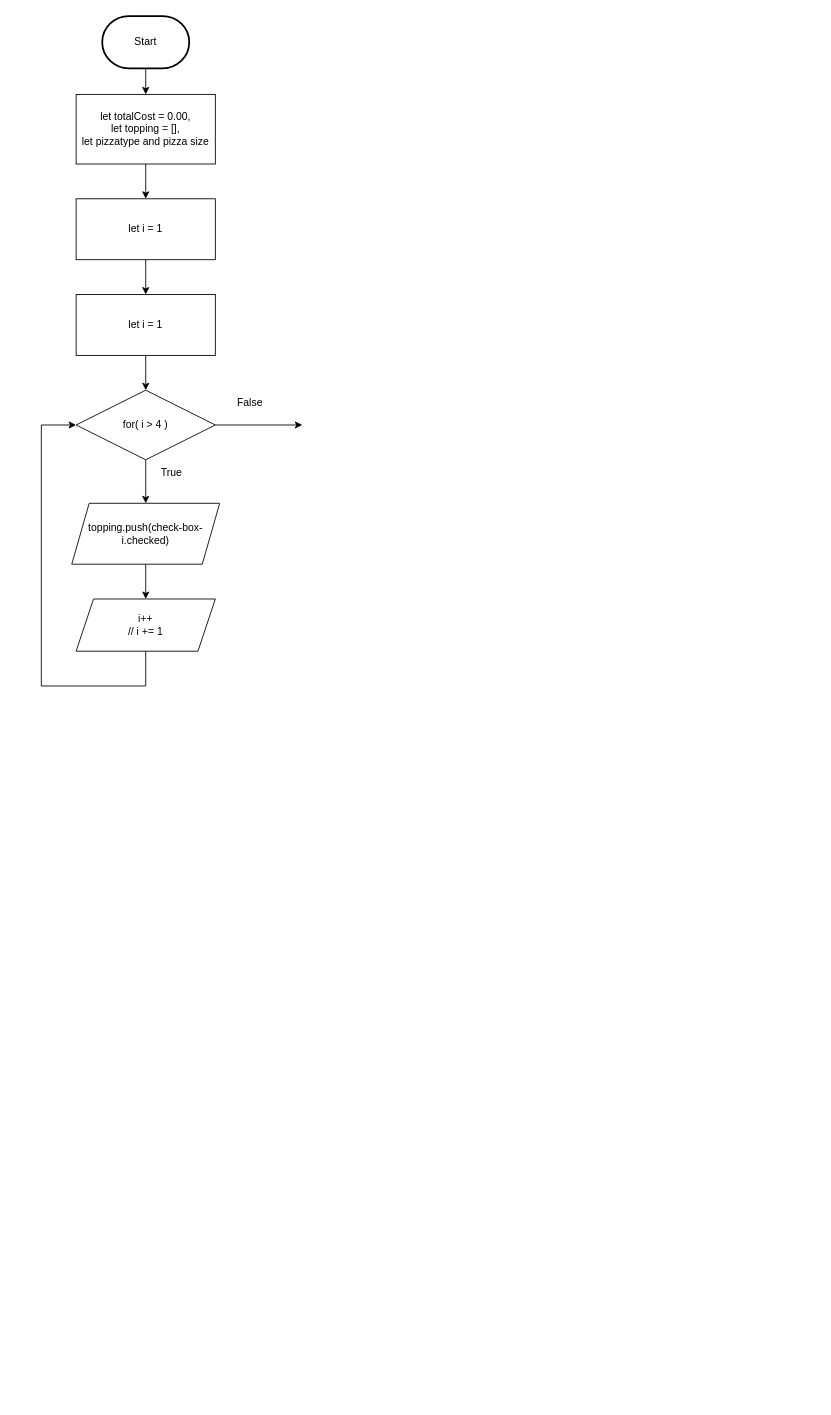
The draw.io diagram design/flowchart.drawio in MTHS-ICD2O-1-2023/ICD2O-Assignment-04-yoochan-han, before the edit. Source tidied: cells renumbered, new cells numbered last; positions are measured from the earlier drawing's top-left corner, leaving out a move shared by most shapes. Both pictures are drawn from the tidied source at 87%, with x=0, y=0 at pixel (41, 16).
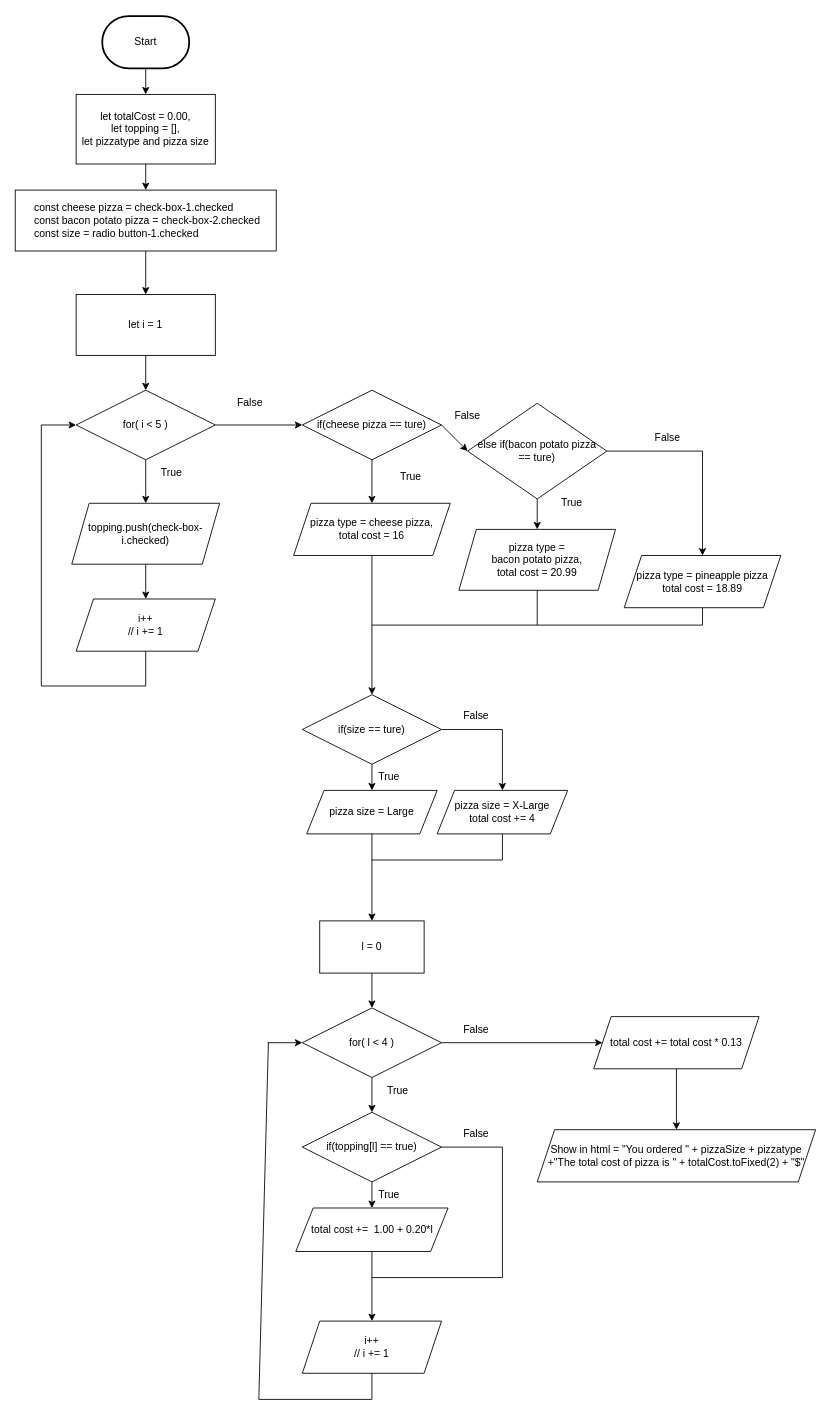
Above is the later version.

Diff of the diagram source:
```diff
@@
-    <mxCell id="7" value="for( i &amp;gt; 4 )" style="rhombus;whiteSpace=wrap;html=1;" parent="1" vertex="1">
+    <mxCell id="7" value="for( i &amp;lt; 5 )" style="rhombus;whiteSpace=wrap;html=1;" parent="1" vertex="1">
       <mxGeometry x="40" y="430" width="160" height="80" as="geometry" />
     </mxCell>
@@
-    <mxCell id="21" value="let i = 1" style="rounded=0;whiteSpace=wrap;html=1;" parent="1" vertex="1">
-      <mxGeometry x="40" y="210" width="160" height="70" as="geometry" />
+    <mxCell id="21" value="&amp;nbsp; &amp;nbsp; &amp;nbsp; const cheese pizza = check-box-1.checked&lt;br&gt;&amp;nbsp; &amp;nbsp; &amp;nbsp; const bacon potato pizza = check-box-2.checked&lt;br&gt;&amp;nbsp; &amp;nbsp; &amp;nbsp; const size = radio button-1.checked" style="rounded=0;whiteSpace=wrap;html=1;align=left;" parent="1" vertex="1">
+      <mxGeometry x="-30" y="200" width="300" height="70" as="geometry" />
     </mxCell>
+    <mxCell id="22" style="edgeStyle=none;html=1;entryX=0.5;entryY=0;entryDx=0;entryDy=0;" parent="1" edge="1" source="24" target="26">
+      <mxGeometry relative="1" as="geometry" />
+    </mxCell>
+    <mxCell id="23" style="edgeStyle=none;html=1;exitX=1;exitY=0.5;exitDx=0;exitDy=0;entryX=0;entryY=0.5;entryDx=0;entryDy=0;" parent="1" edge="1" source="24" target="28">
+      <mxGeometry relative="1" as="geometry" />
+    </mxCell>
+    <mxCell id="24" value="if(cheese pizza == ture)" style="rhombus;whiteSpace=wrap;html=1;" parent="1" vertex="1">
+      <mxGeometry x="300" y="430" width="160" height="80" as="geometry" />
+    </mxCell>
+    <mxCell id="25" style="edgeStyle=none;html=1;" parent="1" edge="1" source="26">
+      <mxGeometry relative="1" as="geometry">
+        <mxPoint x="380" y="780" as="targetPoint" />
+      </mxGeometry>
+    </mxCell>
+    <mxCell id="26" value="pizza type = cheese pizza,&lt;br&gt;total cost = 16" style="shape=parallelogram;perimeter=parallelogramPerimeter;whiteSpace=wrap;html=1;fixedSize=1;" parent="1" vertex="1">
+      <mxGeometry x="290" y="560" width="180" height="60" as="geometry" />
+    </mxCell>
+    <mxCell id="27" style="edgeStyle=none;html=1;" parent="1" edge="1" source="28" target="29">
+      <mxGeometry relative="1" as="geometry" />
+    </mxCell>
+    <mxCell id="28" value="else if(bacon potato pizza&lt;br&gt;== ture)" style="rhombus;whiteSpace=wrap;html=1;" parent="1" vertex="1">
+      <mxGeometry x="490" y="445" width="160" height="110" as="geometry" />
+    </mxCell>
+    <mxCell id="29" value="pizza type = &lt;br&gt;bacon potato pizza,&lt;br&gt;total cost = 20.99" style="shape=parallelogram;perimeter=parallelogramPerimeter;whiteSpace=wrap;html=1;fixedSize=1;" parent="1" vertex="1">
+      <mxGeometry x="480" y="590" width="180" height="70" as="geometry" />
+    </mxCell>
+    <mxCell id="30" value="pizza type = pineapple pizza&lt;br&gt;total cost = 18.89" style="shape=parallelogram;perimeter=parallelogramPerimeter;whiteSpace=wrap;html=1;fixedSize=1;" parent="1" vertex="1">
+      <mxGeometry x="670" y="620" width="180" height="60" as="geometry" />
+    </mxCell>
+    <mxCell id="31" style="endArrow=none;html=1;entryX=0.5;entryY=1;entryDx=0;entryDy=0;" parent="1" edge="1" target="29">
+      <mxGeometry relative="1" as="geometry">
+        <mxPoint x="570" y="700" as="sourcePoint" />
+      </mxGeometry>
+    </mxCell>
+    <mxCell id="32" style="endArrow=none;html=1;" parent="1" edge="1">
+      <mxGeometry relative="1" as="geometry">
+        <mxPoint x="760" y="700" as="sourcePoint" />
+        <mxPoint x="380" y="700" as="targetPoint" />
+      </mxGeometry>
+    </mxCell>
+    <mxCell id="33" style="endArrow=none;html=1;entryX=0.5;entryY=1;entryDx=0;entryDy=0;" parent="1" edge="1" target="30">
+      <mxGeometry relative="1" as="geometry">
+        <mxPoint x="760" y="700" as="sourcePoint" />
+      </mxGeometry>
+    </mxCell>
+    <mxCell id="34" style="endArrow=none;html=1;entryX=1;entryY=0.5;entryDx=0;entryDy=0;" parent="1" edge="1" target="28">
+      <mxGeometry relative="1" as="geometry">
+        <mxPoint x="760" y="500" as="sourcePoint" />
+      </mxGeometry>
+    </mxCell>
+    <mxCell id="35" style="endArrow=classic;html=1;entryX=0.5;entryY=0;entryDx=0;entryDy=0;" parent="1" edge="1" target="30">
+      <mxGeometry relative="1" as="geometry">
+        <mxPoint x="760" y="500" as="sourcePoint" />
+      </mxGeometry>
+    </mxCell>
+    <mxCell id="36" value="False" style="text;html=1;strokeColor=none;fillColor=none;align=center;verticalAlign=middle;whiteSpace=wrap;rounded=0;" parent="1" vertex="1">
+      <mxGeometry x="460" y="445" width="60" height="30" as="geometry" />
+    </mxCell>
+    <mxCell id="37" value="False" style="text;html=1;strokeColor=none;fillColor=none;align=center;verticalAlign=middle;whiteSpace=wrap;rounded=0;" parent="1" vertex="1">
+      <mxGeometry x="690" y="470" width="60" height="30" as="geometry" />
+    </mxCell>
+    <mxCell id="38" value="True" style="text;html=1;strokeColor=none;fillColor=none;align=center;verticalAlign=middle;whiteSpace=wrap;rounded=0;" parent="1" vertex="1">
+      <mxGeometry x="395" y="515" width="60" height="30" as="geometry" />
+    </mxCell>
+    <mxCell id="39" value="True" style="text;html=1;strokeColor=none;fillColor=none;align=center;verticalAlign=middle;whiteSpace=wrap;rounded=0;" parent="1" vertex="1">
+      <mxGeometry x="580" y="545" width="60" height="30" as="geometry" />
+    </mxCell>
+    <mxCell id="40" style="edgeStyle=none;html=1;entryX=0.5;entryY=0;entryDx=0;entryDy=0;" parent="1" edge="1" source="41" target="43">
+      <mxGeometry relative="1" as="geometry" />
+    </mxCell>
+    <mxCell id="41" value="if(size == ture)" style="rhombus;whiteSpace=wrap;html=1;" parent="1" vertex="1">
+      <mxGeometry x="300" y="780" width="160" height="80" as="geometry" />
+    </mxCell>
+    <mxCell id="42" style="edgeStyle=none;html=1;" parent="1" edge="1" source="43">
+      <mxGeometry relative="1" as="geometry">
+        <mxPoint x="380" y="1040" as="targetPoint" />
+      </mxGeometry>
+    </mxCell>
+    <mxCell id="43" value="pizza size = Large" style="shape=parallelogram;perimeter=parallelogramPerimeter;whiteSpace=wrap;html=1;fixedSize=1;" parent="1" vertex="1">
+      <mxGeometry x="305" y="890" width="150" height="50" as="geometry" />
+    </mxCell>
+    <mxCell id="44" value="pizza size = X-Large&lt;br&gt;total cost += 4" style="shape=parallelogram;perimeter=parallelogramPerimeter;whiteSpace=wrap;html=1;fixedSize=1;" parent="1" vertex="1">
+      <mxGeometry x="455" y="890" width="150" height="50" as="geometry" />
+    </mxCell>
+    <mxCell id="45" style="endArrow=none;html=1;entryX=1;entryY=0.5;entryDx=0;entryDy=0;" parent="1" edge="1" target="41">
+      <mxGeometry relative="1" as="geometry">
+        <mxPoint x="530" y="820" as="sourcePoint" />
+      </mxGeometry>
+    </mxCell>
+    <mxCell id="46" style="endArrow=classic;html=1;entryX=0.5;entryY=0;entryDx=0;entryDy=0;" parent="1" edge="1" target="44">
+      <mxGeometry relative="1" as="geometry">
+        <mxPoint x="530" y="820" as="sourcePoint" />
+      </mxGeometry>
+    </mxCell>
+    <mxCell id="47" value="True" style="text;html=1;strokeColor=none;fillColor=none;align=center;verticalAlign=middle;whiteSpace=wrap;rounded=0;" parent="1" vertex="1">
+      <mxGeometry x="370" y="860" width="60" height="30" as="geometry" />
+    </mxCell>
+    <mxCell id="48" value="False" style="text;html=1;strokeColor=none;fillColor=none;align=center;verticalAlign=middle;whiteSpace=wrap;rounded=0;" parent="1" vertex="1">
+      <mxGeometry x="470" y="790" width="60" height="30" as="geometry" />
+    </mxCell>
+    <mxCell id="49" style="endArrow=none;html=1;entryX=0.5;entryY=1;entryDx=0;entryDy=0;" parent="1" edge="1" target="44">
+      <mxGeometry relative="1" as="geometry">
+        <mxPoint x="530" y="970" as="sourcePoint" />
+      </mxGeometry>
+    </mxCell>
+    <mxCell id="50" style="endArrow=none;html=1;" parent="1" edge="1">
+      <mxGeometry relative="1" as="geometry">
+        <mxPoint x="530" y="970" as="sourcePoint" />
+        <mxPoint x="380" y="970" as="targetPoint" />
+      </mxGeometry>
+    </mxCell>
+    <mxCell id="51" style="edgeStyle=none;html=1;entryX=0.5;entryY=0;entryDx=0;entryDy=0;" parent="1" edge="1" source="53" target="63">
+      <mxGeometry relative="1" as="geometry" />
+    </mxCell>
+    <mxCell id="52" style="edgeStyle=none;html=1;entryX=0;entryY=0.5;entryDx=0;entryDy=0;" parent="1" edge="1" source="53" target="73">
+      <mxGeometry relative="1" as="geometry" />
+    </mxCell>
+    <mxCell id="53" value="for( l &amp;lt; 4 )" style="rhombus;whiteSpace=wrap;html=1;" parent="1" vertex="1">
+      <mxGeometry x="300" y="1140" width="160" height="80" as="geometry" />
+    </mxCell>
+    <mxCell id="54" value="i++&lt;br&gt;// i += 1" style="shape=parallelogram;perimeter=parallelogramPerimeter;whiteSpace=wrap;html=1;fixedSize=1;" parent="1" vertex="1">
+      <mxGeometry x="300" y="1500" width="160" height="60" as="geometry" />
+    </mxCell>
+    <mxCell id="55" value="True" style="text;html=1;strokeColor=none;fillColor=none;align=center;verticalAlign=middle;whiteSpace=wrap;rounded=0;" parent="1" vertex="1">
+      <mxGeometry x="380" y="1220" width="60" height="30" as="geometry" />
+    </mxCell>
+    <mxCell id="56" style="endArrow=none;html=1;" parent="1" edge="1">
+      <mxGeometry relative="1" as="geometry">
+        <mxPoint x="380" y="1590" as="sourcePoint" />
+        <mxPoint x="380" y="1560" as="targetPoint" />
+      </mxGeometry>
+    </mxCell>
+    <mxCell id="57" style="endArrow=none;html=1;" parent="1" edge="1">
+      <mxGeometry relative="1" as="geometry">
+        <mxPoint x="380" y="1590" as="sourcePoint" />
+        <mxPoint x="250" y="1590" as="targetPoint" />
+      </mxGeometry>
+    </mxCell>
+    <mxCell id="58" style="endArrow=none;html=1;" parent="1" edge="1">
+      <mxGeometry relative="1" as="geometry">
+        <mxPoint x="261" y="1180" as="sourcePoint" />
+        <mxPoint x="250" y="1590" as="targetPoint" />
+      </mxGeometry>
+    </mxCell>
+    <mxCell id="59" style="endArrow=classic;html=1;entryX=0;entryY=0.5;entryDx=0;entryDy=0;" parent="1" edge="1" target="53">
+      <mxGeometry relative="1" as="geometry">
+        <mxPoint x="260" y="1180" as="sourcePoint" />
+      </mxGeometry>
+    </mxCell>
+    <mxCell id="60" style="edgeStyle=none;html=1;" parent="1" edge="1" source="61" target="53">
+      <mxGeometry relative="1" as="geometry" />
+    </mxCell>
+    <mxCell id="61" value="l = 0" style="rounded=0;whiteSpace=wrap;html=1;" parent="1" vertex="1">
+      <mxGeometry x="320" y="1040" width="120" height="60" as="geometry" />
+    </mxCell>
+    <mxCell id="62" style="edgeStyle=none;html=1;entryX=0.5;entryY=0;entryDx=0;entryDy=0;" parent="1" edge="1" source="63" target="65">
+      <mxGeometry relative="1" as="geometry" />
+    </mxCell>
+    <mxCell id="63" value="if(topping[l] == true)" style="rhombus;whiteSpace=wrap;html=1;" parent="1" vertex="1">
+      <mxGeometry x="300" y="1260" width="160" height="80" as="geometry" />
+    </mxCell>
+    <mxCell id="64" style="edgeStyle=none;html=1;" parent="1" edge="1" source="65">
+      <mxGeometry relative="1" as="geometry">
+        <mxPoint x="380" y="1500" as="targetPoint" />
+      </mxGeometry>
+    </mxCell>
+    <mxCell id="65" value="total cost +=&amp;nbsp; 1.00 + 0.20*l" style="shape=parallelogram;perimeter=parallelogramPerimeter;whiteSpace=wrap;html=1;fixedSize=1;" parent="1" vertex="1">
+      <mxGeometry x="292.5" y="1370" width="175" height="50" as="geometry" />
+    </mxCell>
+    <mxCell id="66" style="endArrow=none;html=1;entryX=1;entryY=0.5;entryDx=0;entryDy=0;" parent="1" edge="1" target="63">
+      <mxGeometry relative="1" as="geometry">
+        <mxPoint x="530" y="1300" as="sourcePoint" />
+      </mxGeometry>
+    </mxCell>
+    <mxCell id="67" value="True" style="text;html=1;strokeColor=none;fillColor=none;align=center;verticalAlign=middle;whiteSpace=wrap;rounded=0;" parent="1" vertex="1">
+      <mxGeometry x="370" y="1340" width="60" height="30" as="geometry" />
+    </mxCell>
+    <mxCell id="68" value="False" style="text;html=1;strokeColor=none;fillColor=none;align=center;verticalAlign=middle;whiteSpace=wrap;rounded=0;" parent="1" vertex="1">
+      <mxGeometry x="470" y="1270" width="60" height="30" as="geometry" />
+    </mxCell>
+    <mxCell id="69" style="endArrow=none;html=1;entryX=1;entryY=1;entryDx=0;entryDy=0;" parent="1" edge="1" target="68">
+      <mxGeometry relative="1" as="geometry">
+        <mxPoint x="530" y="1450" as="sourcePoint" />
+      </mxGeometry>
+    </mxCell>
+    <mxCell id="70" style="endArrow=none;html=1;" parent="1" edge="1">
+      <mxGeometry relative="1" as="geometry">
+        <mxPoint x="530" y="1450" as="sourcePoint" />
+        <mxPoint x="380" y="1450" as="targetPoint" />
+      </mxGeometry>
+    </mxCell>
+    <mxCell id="71" value="False" style="text;html=1;strokeColor=none;fillColor=none;align=center;verticalAlign=middle;whiteSpace=wrap;rounded=0;" parent="1" vertex="1">
+      <mxGeometry x="470" y="1150" width="60" height="30" as="geometry" />
+    </mxCell>
+    <mxCell id="72" style="edgeStyle=none;html=1;entryX=0.5;entryY=0;entryDx=0;entryDy=0;" parent="1" edge="1" source="73" target="74">
+      <mxGeometry relative="1" as="geometry" />
+    </mxCell>
+    <mxCell id="73" value="total cost += total cost * 0.13" style="shape=parallelogram;perimeter=parallelogramPerimeter;whiteSpace=wrap;html=1;fixedSize=1;" parent="1" vertex="1">
+      <mxGeometry x="635" y="1150" width="190" height="60" as="geometry" />
+    </mxCell>
+    <mxCell id="74" value="Show in html = &quot;You ordered &quot; + pizzaSize + pizzatype +&quot;The total cost of pizza is &quot; + totalCost.toFixed(2) + &quot;$&quot;" style="shape=parallelogram;perimeter=parallelogramPerimeter;whiteSpace=wrap;html=1;fixedSize=1;" parent="1" vertex="1">
+      <mxGeometry x="570" y="1280" width="320" height="60" as="geometry" />
+    </mxCell>
```
